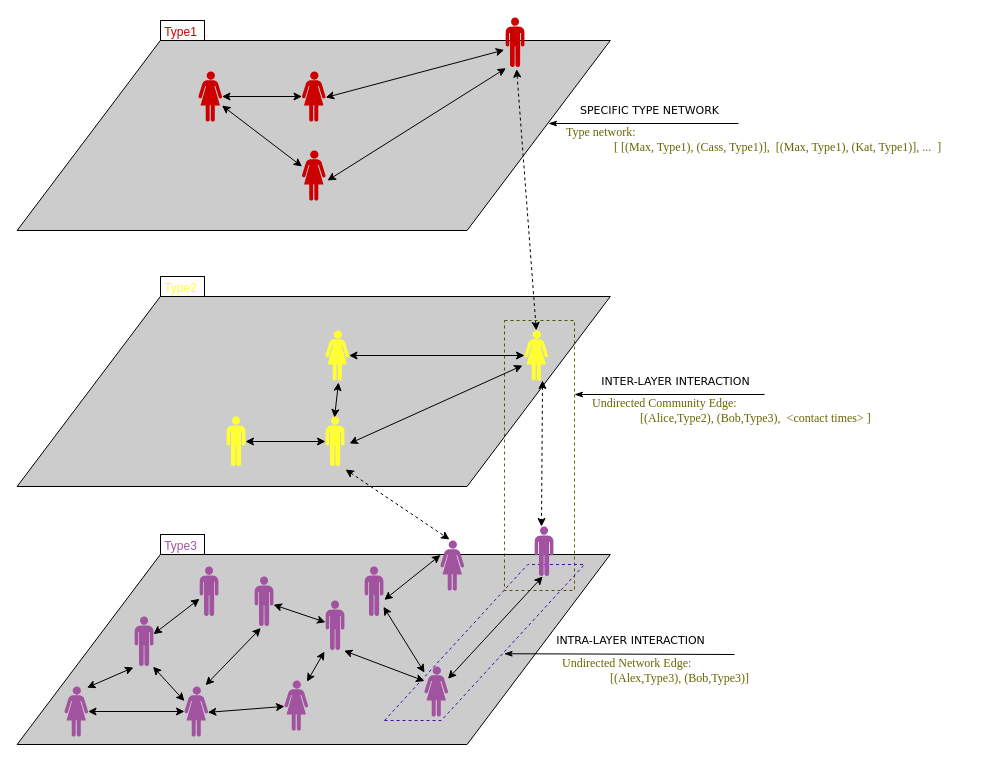
Earlier version of the draw.io diagram docs/images/networkOfNetworksPeople.drawio (josura/c2c-sepia). Source tidied: cells renumbered, new cells numbered last; positions are measured from the earlier drawing's top-left corner, leaving out a move shared by most shapes. Both pictures are drawn from the tidied source at 100%, with x=0, y=0 at pixel (17, 17).
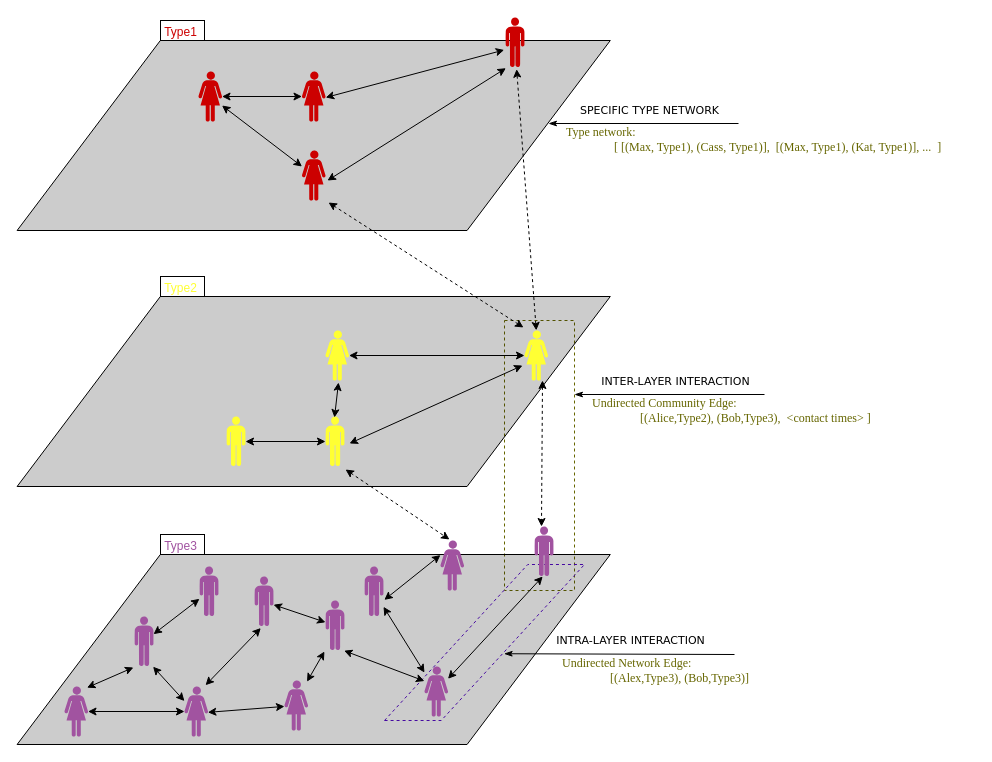
After the change.

Unchanged cells that the change refers to:
```xml
<mxCell id="15" style="verticalLabelPosition=bottom;sketch=0;html=1;fillColor=#FFFF33;verticalAlign=top;align=center;shape=mxgraph.cisco_safe.design.actor_1;" parent="1" vertex="1">
  <mxGeometry x="507" y="313" width="23.5" height="50" as="geometry" />
</mxCell>
<mxCell id="62" style="verticalLabelPosition=bottom;sketch=0;html=1;fillColor=#CC0000;verticalAlign=top;align=center;shape=mxgraph.cisco_safe.design.actor_1;" parent="1" vertex="1">
  <mxGeometry x="284.5" y="133" width="23.5" height="50" as="geometry" />
</mxCell>
```

Change to the diagram source:
```diff
@@
+    <mxCell id="64" style="rounded=0;jettySize=auto;html=1;entryX=1.128;entryY=1.04;entryDx=0;entryDy=0;entryPerimeter=0;startArrow=classic;startFill=1;exitX=-0.043;exitY=-0.06;exitDx=0;exitDy=0;exitPerimeter=0;dashed=1;" parent="1" edge="1" source="15" target="62">
+      <mxGeometry relative="1" as="geometry" />
+    </mxCell>
```
